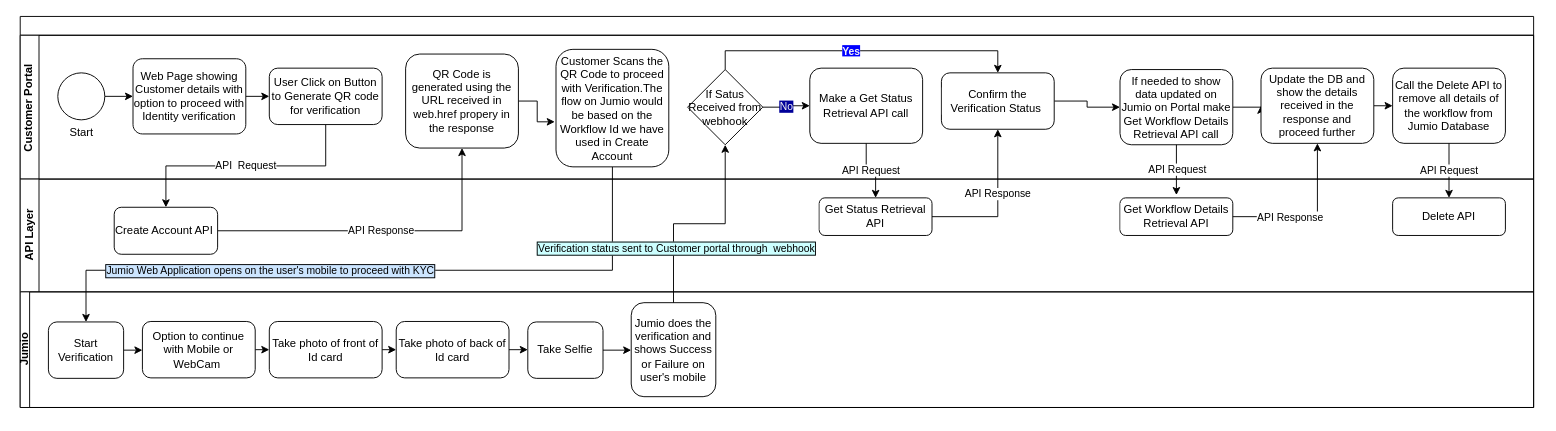
This is Untitled Diagram.drawio from janmejayshah11/FirstRepo, a draw.io file, before an edit. Source tidied: cells renumbered, new cells numbered last; positions are measured from the earlier drawing's top-left corner, leaving out a move shared by most shapes. Both pictures are drawn from the tidied source at 94%, with x=0, y=0 at pixel (20, 16).
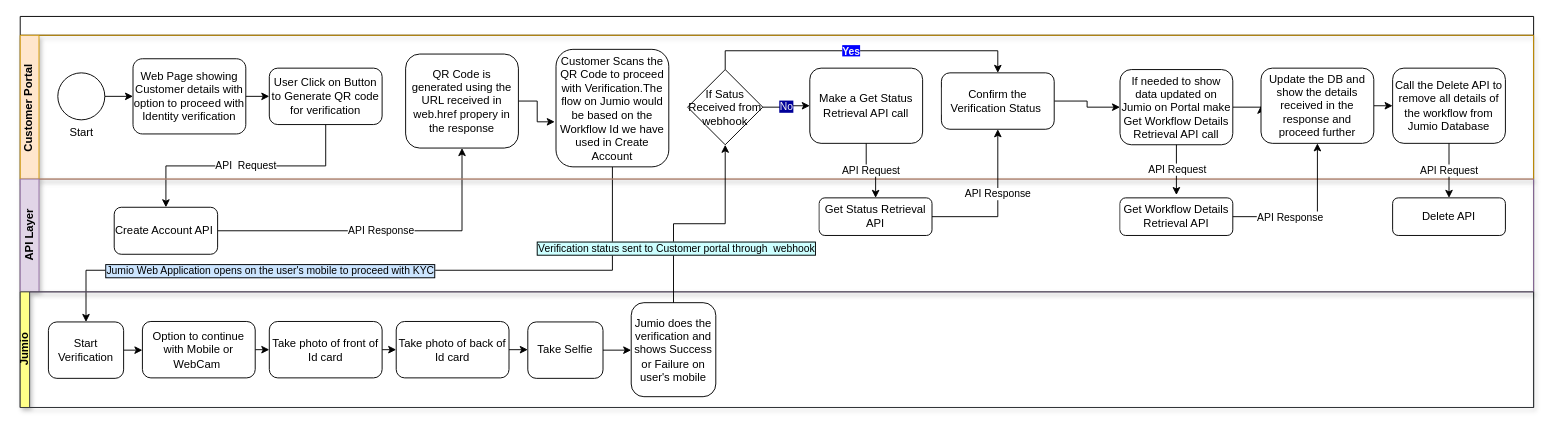
After the change.

Commit message:
Jumio Integration Diagram.drawio

Unchanged cells that the change refers to:
```xml
<mxCell id="2" style="swimlane;html=1;horizontal=1;startSize=20;" parent="1" vertex="1">
  <mxGeometry width="1610" height="416" as="geometry" />
</mxCell>
```

What changed in the source:
```diff
@@
-    <mxCell id="7" value="Customer Portal&amp;nbsp;" style="swimlane;html=1;startSize=20;horizontal=0;" parent="2" vertex="1">
+    <mxCell id="7" value="Customer Portal&amp;nbsp;" style="swimlane;html=1;startSize=20;horizontal=0;fillColor=#ffe6cc;strokeColor=#D79B00;gradientColor=none;shadow=1;" parent="2" vertex="1">
       <mxGeometry y="20" width="1610" height="153" as="geometry" />
     </mxCell>
@@
-    <mxCell id="28" value="API Layer" style="swimlane;html=1;startSize=20;horizontal=0;" parent="2" vertex="1">
+    <mxCell id="28" value="API Layer" style="swimlane;html=1;startSize=20;horizontal=0;fillColor=#e1d5e7;strokeColor=#9673a6;shadow=1;" parent="2" vertex="1">
       <mxGeometry y="173" width="1610" height="120" as="geometry" />
     </mxCell>
@@
-    <mxCell id="33" value="Jumio" style="swimlane;html=1;startSize=10;horizontal=0;" parent="2" vertex="1">
+    <mxCell id="33" value="Jumio" style="swimlane;html=1;startSize=10;horizontal=0;fillColor=#ffff88;strokeColor=#36393d;shadow=1;" parent="2" vertex="1">
       <mxGeometry y="293" width="1610" height="123" as="geometry" />
     </mxCell>
```
